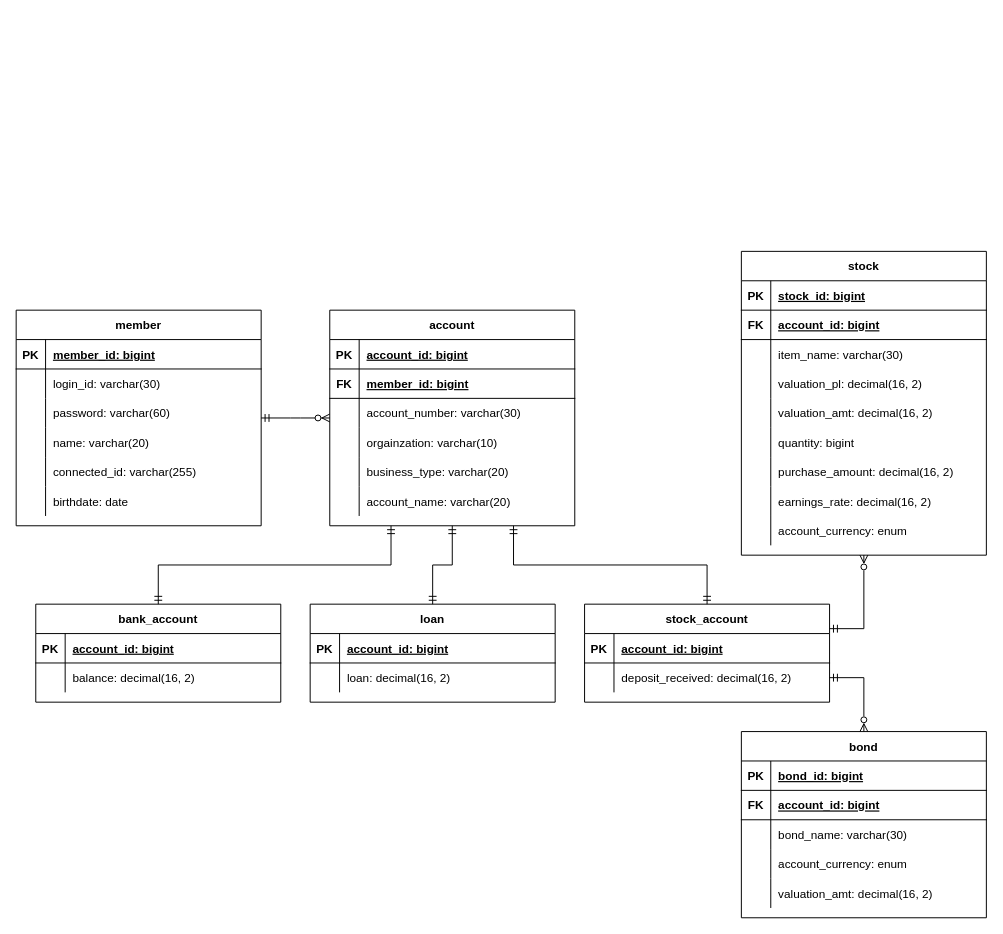
This is ER다이어그램(자산관리앱).drawio from GunwooJo/AssetManagement, a draw.io file, before an edit. Source tidied: cells renumbered, new cells numbered last; positions are measured from the earlier drawing's top-left corner, leaving out a move shared by most shapes. Both pictures are drawn from the tidied source at 98%, with x=0, y=0 at pixel (16, 251).
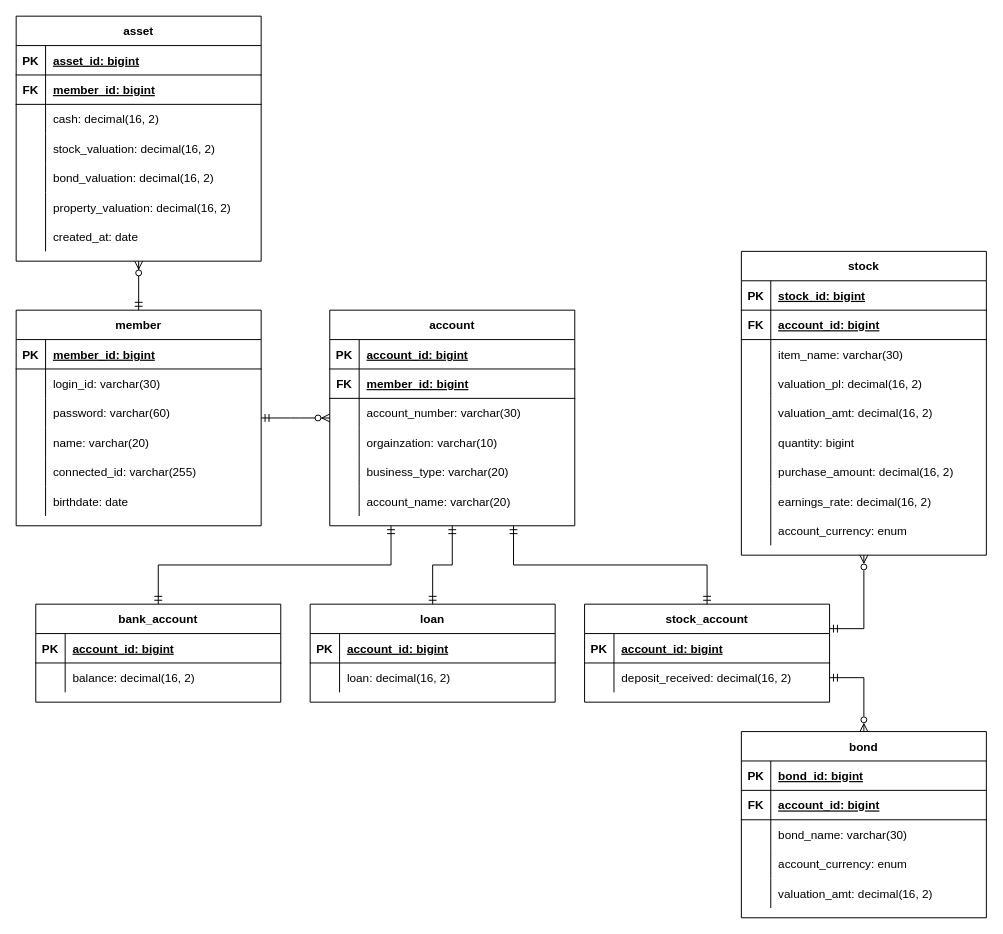
Above is the later version.

Unchanged cells that the change refers to:
```xml
<mxCell id="2" value="member" style="shape=table;startSize=30;childLayout=tableLayout;rowLines=0;fontStyle=1;align=center;" parent="1" vertex="1">
  <mxGeometry y="60" width="250" height="220" as="geometry" />
</mxCell>
```

What changed in the source:
```diff
@@
+    <mxCell id="111" value="asset" style="shape=table;startSize=30;childLayout=tableLayout;rowLines=0;fontStyle=1;align=center;" parent="1" vertex="1">
+      <mxGeometry y="-240" width="250" height="250" as="geometry" />
+    </mxCell>
+    <mxCell id="112" style="shape=partialRectangle;fillColor=none;top=0;left=0;right=0;bottom=1;" parent="111" vertex="1">
+      <mxGeometry y="30" width="250" height="30" as="geometry" />
+    </mxCell>
+    <mxCell id="113" value="PK" style="shape=partialRectangle;overflow=hidden;fillColor=none;top=0;left=0;bottom=0;right=0;fontStyle=1;" parent="112" vertex="1">
+      <mxGeometry width="30" height="30" as="geometry" />
+    </mxCell>
+    <mxCell id="114" value="asset_id: bigint" style="shape=partialRectangle;overflow=hidden;fillColor=none;top=0;left=0;bottom=0;right=0;align=left;spacingLeft=6;fontStyle=5;" parent="112" vertex="1">
+      <mxGeometry x="30" width="220" height="30" as="geometry" />
+    </mxCell>
+    <mxCell id="115" style="shape=partialRectangle;fillColor=none;top=0;left=0;right=0;bottom=1;" parent="111" vertex="1">
+      <mxGeometry y="60" width="250" height="30" as="geometry" />
+    </mxCell>
+    <mxCell id="116" value="FK" style="shape=partialRectangle;overflow=hidden;fillColor=none;top=0;left=0;bottom=0;right=0;fontStyle=1;" parent="115" vertex="1">
+      <mxGeometry width="30" height="30" as="geometry" />
+    </mxCell>
+    <mxCell id="117" value="member_id: bigint" style="shape=partialRectangle;overflow=hidden;fillColor=none;top=0;left=0;bottom=0;right=0;align=left;spacingLeft=6;fontStyle=5;" parent="115" vertex="1">
+      <mxGeometry x="30" width="220" height="30" as="geometry" />
+    </mxCell>
+    <mxCell id="118" style="shape=partialRectangle;fillColor=none;top=0;left=0;right=0;bottom=0;" parent="111" vertex="1">
+      <mxGeometry y="90" width="250" height="30" as="geometry" />
+    </mxCell>
+    <mxCell id="119" style="shape=partialRectangle;overflow=hidden;fillColor=none;top=0;left=0;bottom=0;right=0;" parent="118" vertex="1">
+      <mxGeometry width="30" height="30" as="geometry" />
+    </mxCell>
+    <mxCell id="120" value="cash: decimal(16, 2)" style="shape=partialRectangle;overflow=hidden;fillColor=none;top=0;left=0;bottom=0;right=0;align=left;spacingLeft=6;" parent="118" vertex="1">
+      <mxGeometry x="30" width="220" height="30" as="geometry" />
+    </mxCell>
+    <mxCell id="121" style="shape=partialRectangle;fillColor=none;top=0;left=0;right=0;bottom=0;" parent="111" vertex="1">
+      <mxGeometry y="120" width="250" height="30" as="geometry" />
+    </mxCell>
+    <mxCell id="122" style="shape=partialRectangle;overflow=hidden;fillColor=none;top=0;left=0;bottom=0;right=0;" parent="121" vertex="1">
+      <mxGeometry width="30" height="30" as="geometry" />
+    </mxCell>
+    <mxCell id="123" value="stock_valuation: decimal(16, 2)" style="shape=partialRectangle;overflow=hidden;fillColor=none;top=0;left=0;bottom=0;right=0;align=left;spacingLeft=6;" parent="121" vertex="1">
+      <mxGeometry x="30" width="220" height="30" as="geometry" />
+    </mxCell>
+    <mxCell id="124" style="shape=partialRectangle;fillColor=none;top=0;left=0;right=0;bottom=0;" parent="111" vertex="1">
+      <mxGeometry y="150" width="250" height="30" as="geometry" />
+    </mxCell>
+    <mxCell id="125" style="shape=partialRectangle;overflow=hidden;fillColor=none;top=0;left=0;bottom=0;right=0;" parent="124" vertex="1">
+      <mxGeometry width="30" height="30" as="geometry" />
+    </mxCell>
+    <mxCell id="126" value="bond_valuation: decimal(16, 2)" style="shape=partialRectangle;overflow=hidden;fillColor=none;top=0;left=0;bottom=0;right=0;align=left;spacingLeft=6;" parent="124" vertex="1">
+      <mxGeometry x="30" width="220" height="30" as="geometry" />
+    </mxCell>
+    <mxCell id="127" style="shape=partialRectangle;fillColor=none;top=0;left=0;right=0;bottom=0;" parent="111" vertex="1">
+      <mxGeometry y="180" width="250" height="30" as="geometry" />
+    </mxCell>
+    <mxCell id="128" style="shape=partialRectangle;overflow=hidden;fillColor=none;top=0;left=0;bottom=0;right=0;" parent="127" vertex="1">
+      <mxGeometry width="30" height="30" as="geometry" />
+    </mxCell>
+    <mxCell id="129" value="property_valuation: decimal(16, 2)" style="shape=partialRectangle;overflow=hidden;fillColor=none;top=0;left=0;bottom=0;right=0;align=left;spacingLeft=6;" parent="127" vertex="1">
+      <mxGeometry x="30" width="220" height="30" as="geometry" />
+    </mxCell>
+    <mxCell id="130" style="shape=partialRectangle;fillColor=none;top=0;left=0;right=0;bottom=0;" parent="111" vertex="1">
+      <mxGeometry y="210" width="250" height="30" as="geometry" />
+    </mxCell>
+    <mxCell id="131" style="shape=partialRectangle;overflow=hidden;fillColor=none;top=0;left=0;bottom=0;right=0;" parent="130" vertex="1">
+      <mxGeometry width="30" height="30" as="geometry" />
+    </mxCell>
+    <mxCell id="132" value="created_at: date" style="shape=partialRectangle;overflow=hidden;fillColor=none;top=0;left=0;bottom=0;right=0;align=left;spacingLeft=6;" parent="130" vertex="1">
+      <mxGeometry x="30" width="220" height="30" as="geometry" />
+    </mxCell>
+    <mxCell id="133" style="edgeStyle=orthogonalEdgeStyle;fontSize=12;html=1;endArrow=ERzeroToMany;startArrow=ERmandOne;rounded=0;" parent="1" edge="1" source="2" target="111">
+      <mxGeometry relative="1" as="geometry" />
+    </mxCell>
```
